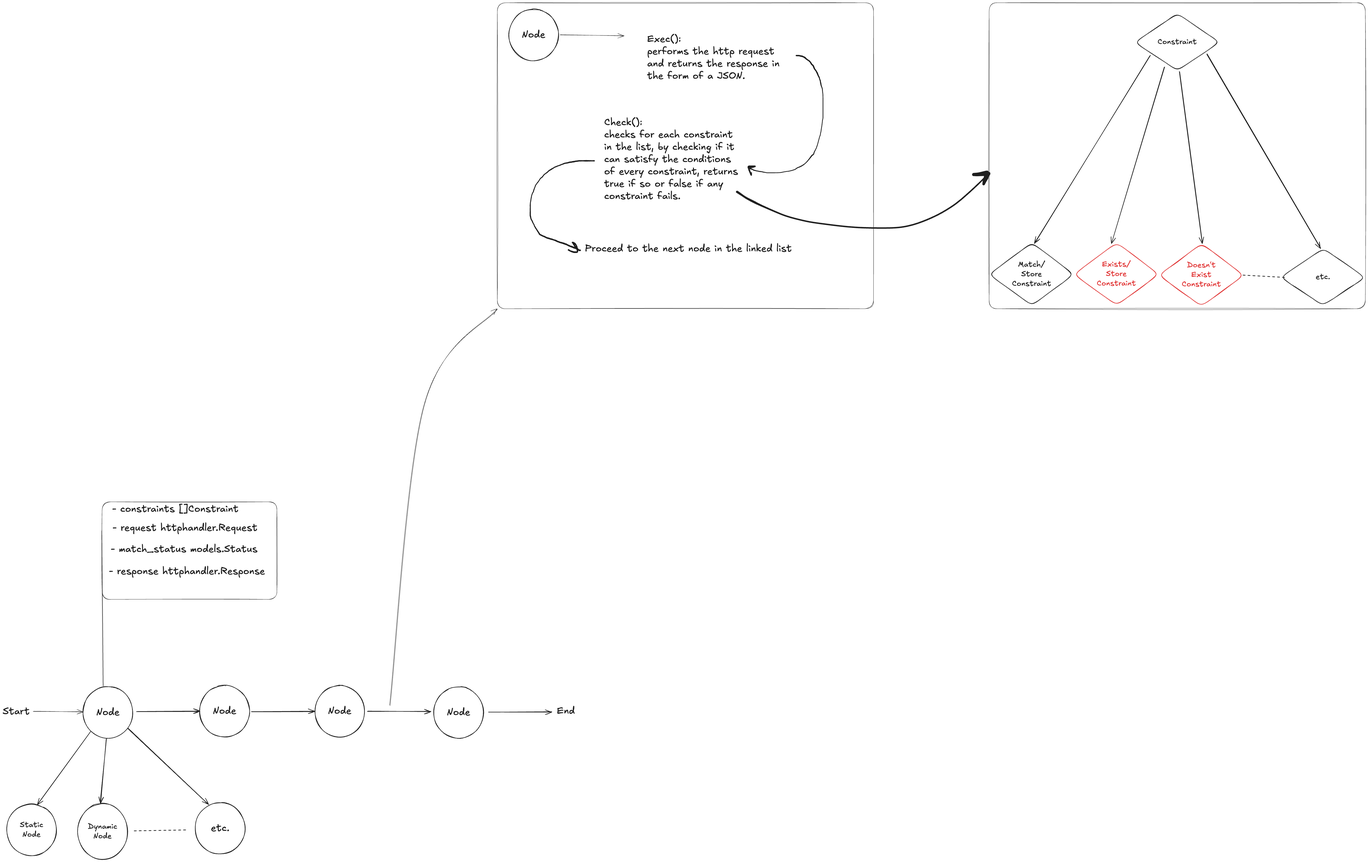
This is docs.excalidraw.png from ZiyadAlHaqbani/restngo, a Excalidraw export, as it was before one commit. Source tidied: one line per element, renumbered; positions are measured from the earlier drawing's top-left corner, leaving out a move shared by most shapes.
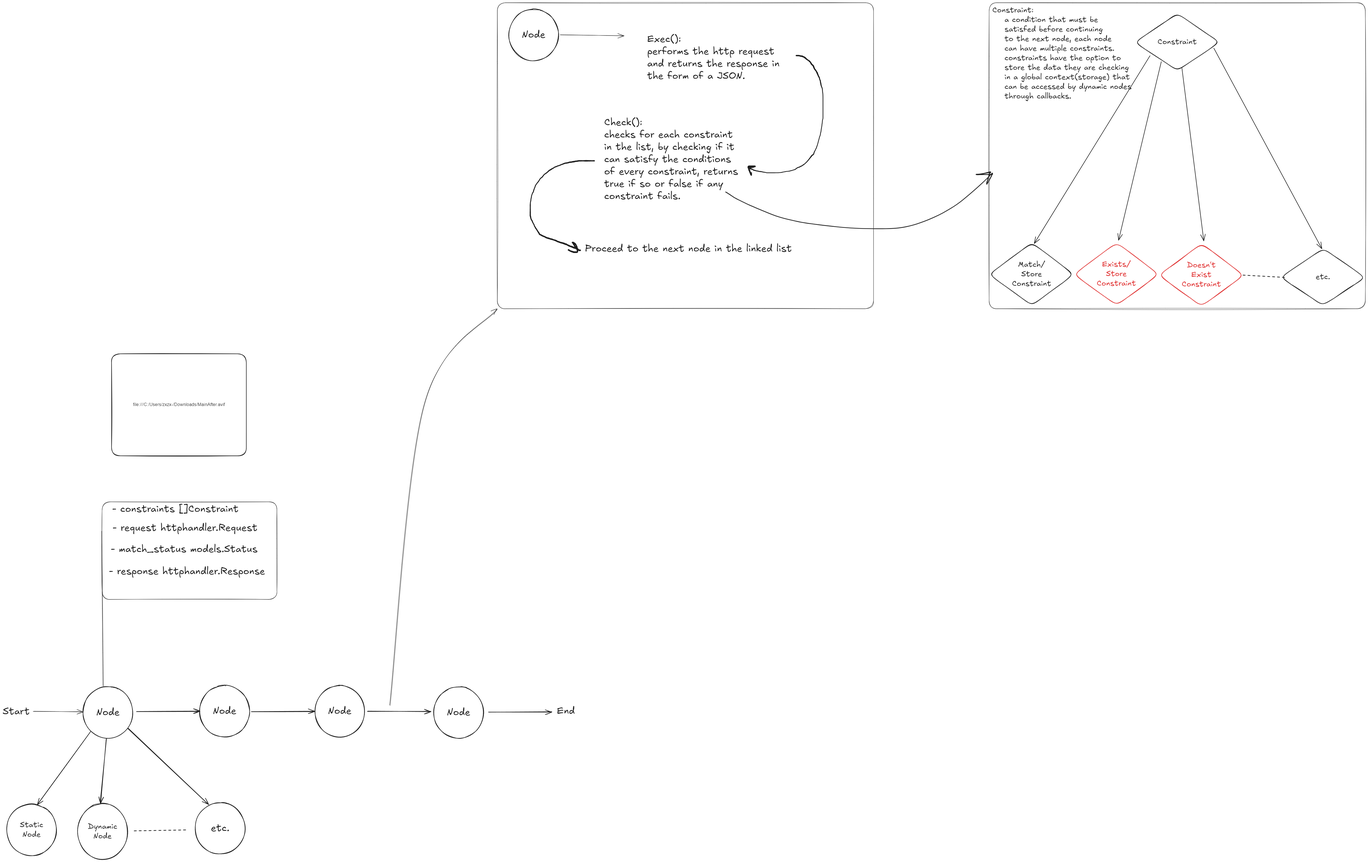
Above is the later version.

Commit message:
started work on exist match constraints, now store matched values in the match status for universal access to values for '_Store' constraint types

Diff of the diagram source:
```diff
@@ -39,7 +39,7 @@
 {"id": 38, "type": "freedraw", "strokeColor": "#1e1e1e", "strokeWidth": 1, "roughness": 1, "x": 2174, "y": 579, "width": 234, "height": 334, "points": [[-10, 0], [-41, 0], [-73, 2], [-102, 5], [-137, 17], [-169, 32], [-200, 60], [-227, 92], [-240, 133], [-244, 174], [-242, 207], [-227, 242], [-211, 268], [-186, 282], [-162, 288], [-137, 297], [-119, 304], [-98, 312], [-77, 319], [-64, 328], [-83, 311], [-83, 300], [-71, 324], [-83, 334], [-104, 328]]}
 {"id": 39, "type": "text", "text": "Proceed to the next node in the linked list", "strokeColor": "#1e1e1e", "strokeWidth": 1, "roughness": 1, "fontSize": 36, "fontFamily": 5, "x": 2130, "y": 878, "width": 757, "height": 45}
 {"id": 40, "type": "text", "text": "- response httphandler.Response", "strokeColor": "#1e1e1e", "strokeWidth": 1, "strokeStyle": "dashed", "roughness": 1, "fontSize": 36, "fontFamily": 5, "x": 389, "y": 2059, "width": 571, "height": 45}
-{"id": 41, "type": "freedraw", "strokeColor": "#1e1e1e", "strokeWidth": 2, "roughness": 1, "x": 2687, "y": 692, "width": 923, "height": 205, "points": [[0, 0], [21, 14], [50, 31], [82, 47], [148, 76], [218, 100], [296, 115], [439, 131], [591, 132], [683, 108], [812, 37], [891, -36], [921, -69], [917, -55], [902, -29], [904, -41], [911, -64], [915, -71], [904, -70], [875, -64], [865, -63], [871, -63], [900, -63], [918, -63], [921, -68]]}
+{"id": 41, "type": "freedraw", "strokeColor": "#1e1e1e", "strokeWidth": 1, "roughness": 1, "x": 2646, "y": 692, "width": 977, "height": 208, "points": [[0, 1], [22, 15], [53, 33], [87, 49], [157, 78], [231, 102], [314, 118], [465, 134], [626, 134], [723, 110], [859, 39], [943, -36], [975, -69], [971, -55], [956, -28], [957, -40], [965, -64], [968, -71], [958, -70], [927, -64], [916, -63], [923, -63], [953, -63], [972, -63], [975, -68]]}
 {"id": 42, "type": "rectangle", "strokeColor": "#1e1e1e", "strokeWidth": 1, "roughness": 1, "round": true, "x": 3610, "y": 0, "width": 1377, "height": 1120}
 {"id": 43, "type": "diamond", "strokeColor": "#1e1e1e", "strokeWidth": 2, "roughness": 1, "round": true, "x": 4143, "y": 40, "width": 310, "height": 208}
 {"id": 44, "type": "text", "text": "Constraint", "strokeColor": "#1e1e1e", "strokeWidth": 2, "roughness": 1, "fontSize": 28, "fontFamily": 5, "textAlign": "center", "verticalAlign": "middle", "inside": 43, "x": 4226, "y": 126, "width": 143, "height": 35}
@@ -49,10 +49,11 @@
 {"id": 48, "type": "text", "text": "Exists/\nStore\nConstraint", "strokeColor": "#e03131", "strokeWidth": 2, "roughness": 1, "fontSize": 28, "fontFamily": 5, "textAlign": "center", "verticalAlign": "middle", "inside": 47, "x": 4003, "y": 940, "width": 143, "height": 105}
 {"id": 49, "type": "diamond", "strokeColor": "#1e1e1e", "strokeWidth": 2, "roughness": 1, "round": true, "x": 4676, "y": 900, "width": 310, "height": 208}
 {"id": 50, "type": "text", "text": "etc.", "strokeColor": "#1e1e1e", "strokeWidth": 2, "roughness": 1, "fontSize": 28, "fontFamily": 5, "textAlign": "center", "verticalAlign": "middle", "inside": 49, "x": 4805, "y": 987, "width": 52, "height": 35}
-{"id": 51, "type": "arrow", "strokeColor": "#1e1e1e", "strokeWidth": 2, "roughness": 1, "endArrowhead": "arrow", "round": true, "x": 4198, "y": 194, "width": 2, "height": 2, "points": [[0, 0], [-423, 687]]}
+{"id": 51, "type": "arrow", "strokeColor": "#1e1e1e", "strokeWidth": 2, "roughness": 0, "endArrowhead": "arrow", "round": true, "x": 4198, "y": 194, "width": 423, "height": 687, "points": [[0, 0], [-423, 687]]}
-{"id": 52, "type": "arrow", "strokeColor": "#1e1e1e", "strokeWidth": 2, "roughness": 1, "endArrowhead": "arrow", "round": true, "from": 43, "to": 47, "x": 4251, "y": 236, "width": 194, "height": 644, "points": [[0, 0], [-194, 644]]}
+{"id": 52, "type": "arrow", "strokeColor": "#1e1e1e", "strokeWidth": 2, "roughness": 0, "endArrowhead": "arrow", "round": true, "from": 43, "to": 47, "x": 4240, "y": 216, "width": 156, "height": 653, "points": [[0, 0], [-156, 653]]}
-{"id": 53, "type": "arrow", "strokeColor": "#1e1e1e", "strokeWidth": 2, "roughness": 1, "endArrowhead": "arrow", "round": true, "from": 43, "to": 49, "x": 4406, "y": 187, "width": 417, "height": 712, "points": [[0, 0], [417, 712]]}
+{"id": 53, "type": "arrow", "strokeColor": "#1e1e1e", "strokeWidth": 2, "roughness": 0, "endArrowhead": "arrow", "round": true, "from": 43, "to": 49, "x": 4432, "y": 166, "width": 395, "height": 734, "points": [[0, 0], [395, 734]]}
 {"id": 54, "type": "line", "strokeColor": "#1e1e1e", "strokeWidth": 2, "strokeStyle": "dashed", "roughness": 1, "round": true, "x": 4540, "y": 997, "width": 158, "height": 8, "points": [[0, 0], [158, 8]]}
 {"id": 55, "type": "diamond", "strokeColor": "#e03131", "strokeWidth": 2, "roughness": 1, "round": true, "x": 4231, "y": 881, "width": 310, "height": 230}
 {"id": 56, "type": "text", "text": "Doesn't\nExist\nConstraint", "strokeColor": "#e03131", "strokeWidth": 2, "roughness": 1, "fontSize": 28, "fontFamily": 5, "textAlign": "center", "verticalAlign": "middle", "inside": 55, "x": 4315, "y": 944, "width": 143, "height": 105}
-{"id": 57, "type": "arrow", "strokeColor": "#1e1e1e", "strokeWidth": 2, "roughness": 1, "endArrowhead": "arrow", "round": true, "from": 43, "to": 55, "x": 4307, "y": 253, "width": 83, "height": 627, "points": [[0, 0], [83, 627]]}
+{"id": 57, "type": "arrow", "strokeColor": "#1e1e1e", "strokeWidth": 2, "roughness": 0, "endArrowhead": "arrow", "round": true, "from": 43, "to": 55, "x": 4315, "y": 239, "width": 80, "height": 633, "points": [[0, 0], [80, 633]]}
+{"id": 58, "type": "text", "text": "Constraint:\n    a condition that must be\n    satisfed before continuing\n    to the next node, each node\n    can have multiple constraints.\n    constraints have the option to\n    store the data they are checking\n    in a global context(storage) that\n    can be accessed by dynamic nodes\n    through callbacks.", "strokeColor": "#1e1e1e", "strokeWidth": 2, "roughness": 1, "fontSize": 28, "fontFamily": 5, "x": 3621, "y": 10, "width": 509, "height": 350}
```
